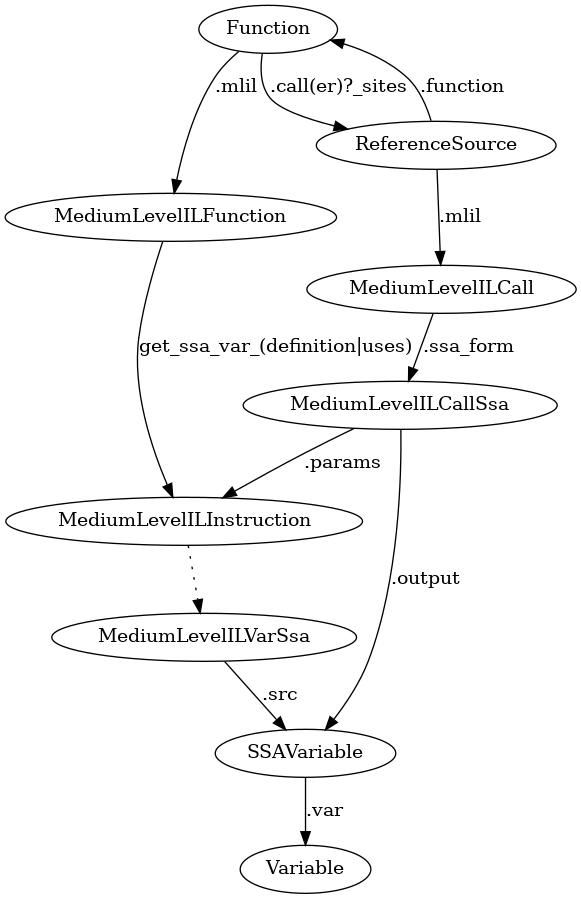
Above: mlilssa.png in RioKato/binja-cheatsheet (Graphviz), before the change. Its source is kept beside it as mlilssa.gv.
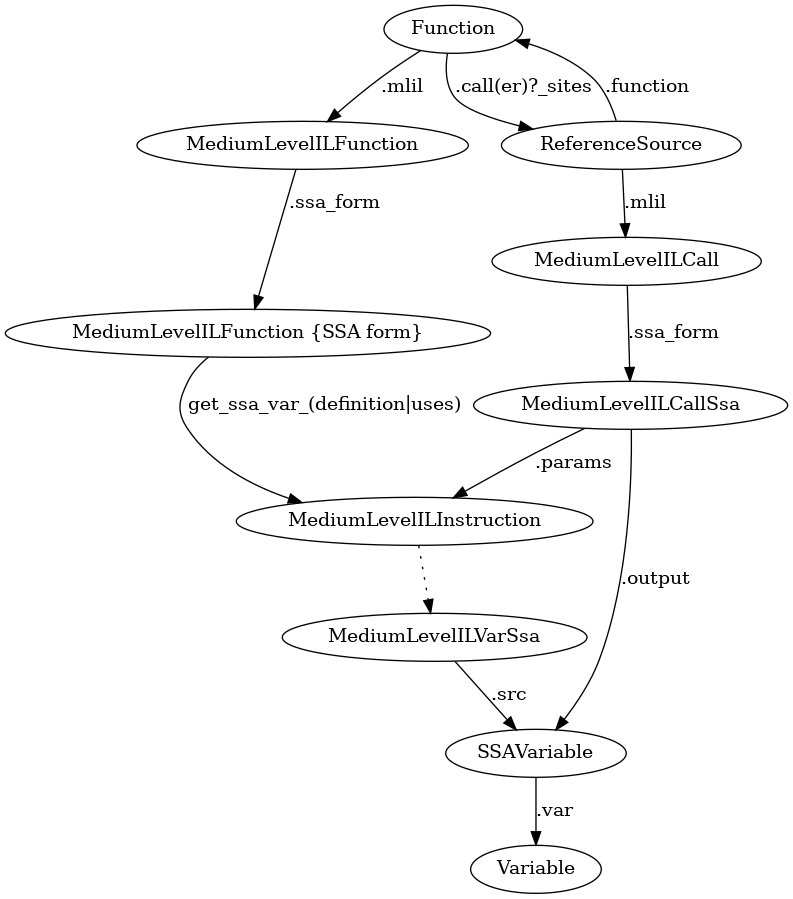
After the change.

Diff of the diagram source:
```diff
@@ -1,13 +1,14 @@
 digraph {
   Function -> MediumLevelILFunction [label=".mlil"];
-  MediumLevelILFunction -> MediumLevelILInstruction [label="get_ssa_var_(definition|uses)"];
-  Function -> ReferenceSource [label = ".call(er)?_sites"];
-  ReferenceSource -> Function [label = ".function"];
-  ReferenceSource -> MediumLevelILCall [label = ".mlil"];
-  MediumLevelILCall -> MediumLevelILCallSsa [label = ".ssa_form"];
-  MediumLevelILCallSsa -> MediumLevelILInstruction [label = ".params"];
+  MediumLevelILFunction -> "MediumLevelILFunction {SSA form}" [label=".ssa_form"]
+  "MediumLevelILFunction {SSA form}" -> MediumLevelILInstruction [label="get_ssa_var_(definition|uses)"];
+  Function -> ReferenceSource [label=".call(er)?_sites"];
+  ReferenceSource -> Function [label=".function"];
+  ReferenceSource -> MediumLevelILCall [label=".mlil"];
+  MediumLevelILCall -> MediumLevelILCallSsa [label=".ssa_form"];
+  MediumLevelILCallSsa -> MediumLevelILInstruction [label=".params"];
   MediumLevelILInstruction -> MediumLevelILVarSsa [style="dotted"];
-  MediumLevelILVarSsa -> SSAVariable [label = ".src"];
-  MediumLevelILCallSsa -> SSAVariable [label = ".output"];
-  SSAVariable -> Variable [label = ".var"];
+  MediumLevelILVarSsa -> SSAVariable [label=".src"];
+  MediumLevelILCallSsa -> SSAVariable [label=".output"];
+  SSAVariable -> Variable [label=".var"];
 }
```
